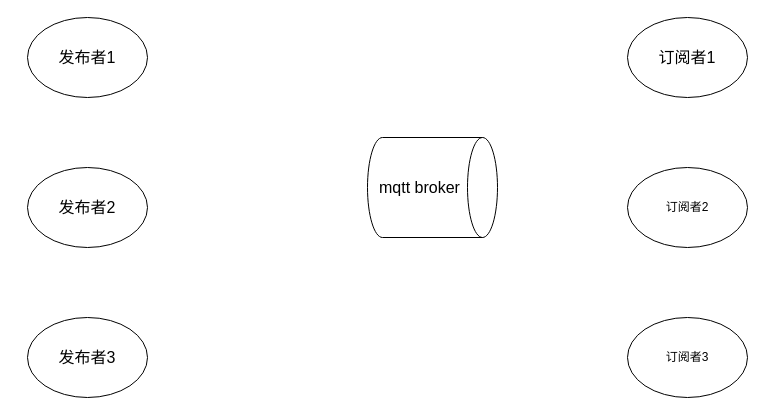
The draw.io diagram 发布订阅.drawio in missay-nine/graph, before the edit. Source tidied: cells renumbered, new cells numbered last; positions are measured from the earlier drawing's top-left corner, leaving out a move shared by most shapes. Both pictures are drawn from the tidied source at 100%, with x=0, y=0 at pixel (27, 17).
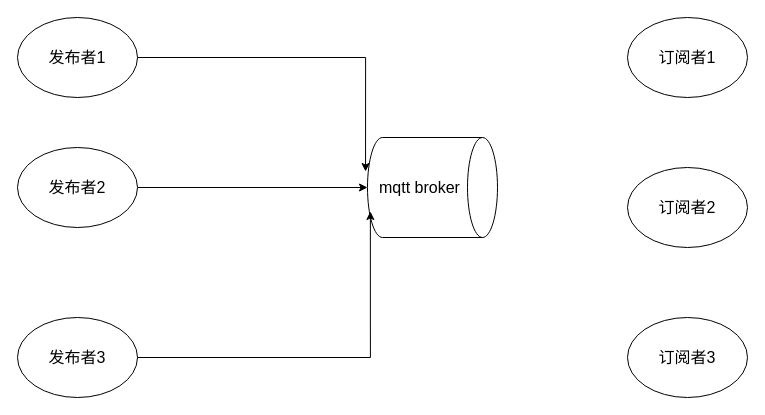
Above is the later version.

Commit message (it also covers changes not shown here):
更新发布订阅.drawio

Change to the diagram source:
```diff
@@
 <mxGraphModel>
   <root>
     <mxCell id="0" />
     <mxCell id="1" parent="0" />
     <mxCell id="2" value="&lt;font style=&quot;font-size: 16px;&quot;&gt;发布者1&lt;/font&gt;" style="ellipse;whiteSpace=wrap;html=1;" parent="1" vertex="1">
-      <mxGeometry width="120" height="80" as="geometry" />
+      <mxGeometry x="-10" width="120" height="80" as="geometry" />
     </mxCell>
+    <mxCell id="9" style="edgeStyle=orthogonalEdgeStyle;rounded=0;jettySize=auto;html=1;" parent="1" edge="1" source="3" target="5">
+      <mxGeometry relative="1" as="geometry" />
+    </mxCell>
     <mxCell id="3" value="&lt;font style=&quot;font-size: 16px;&quot;&gt;发布者2&lt;/font&gt;" style="ellipse;whiteSpace=wrap;html=1;" parent="1" vertex="1">
-      <mxGeometry y="150" width="120" height="80" as="geometry" />
+      <mxGeometry x="-10" y="130" width="120" height="80" as="geometry" />
     </mxCell>
     <mxCell id="4" value="&lt;font style=&quot;font-size: 16px;&quot;&gt;发布者3&lt;/font&gt;" style="ellipse;whiteSpace=wrap;html=1;" parent="1" vertex="1">
-      <mxGeometry y="300" width="120" height="80" as="geometry" />
+      <mxGeometry x="-10" y="300" width="120" height="80" as="geometry" />
     </mxCell>
     <mxCell id="5" value="&lt;font style=&quot;font-size: 16px;&quot;&gt;mqtt broker&lt;/font&gt;" style="shape=cylinder3;whiteSpace=wrap;html=1;boundedLbl=1;backgroundOutline=1;size=15;direction=south;" parent="1" vertex="1">
       <mxGeometry x="340" y="120" width="130" height="100" as="geometry" />
     </mxCell>
     <mxCell id="6" value="&lt;font style=&quot;font-size: 16px;&quot;&gt;订阅者1&lt;/font&gt;" style="ellipse;whiteSpace=wrap;html=1;" parent="1" vertex="1">
       <mxGeometry x="600" width="120" height="80" as="geometry" />
     </mxCell>
-    <mxCell id="7" value="订阅者2" style="ellipse;whiteSpace=wrap;html=1;" parent="1" vertex="1">
+    <mxCell id="7" value="&lt;font style=&quot;font-size: 16px;&quot;&gt;订阅者2&lt;/font&gt;" style="ellipse;whiteSpace=wrap;html=1;" parent="1" vertex="1">
       <mxGeometry x="600" y="150" width="120" height="80" as="geometry" />
     </mxCell>
-    <mxCell id="8" value="订阅者3" style="ellipse;whiteSpace=wrap;html=1;" parent="1" vertex="1">
+    <mxCell id="8" value="&lt;font style=&quot;font-size: 16px;&quot;&gt;订阅者3&lt;/font&gt;" style="ellipse;whiteSpace=wrap;html=1;" parent="1" vertex="1">
       <mxGeometry x="600" y="300" width="120" height="80" as="geometry" />
     </mxCell>
+    <mxCell id="10" style="edgeStyle=orthogonalEdgeStyle;rounded=0;jettySize=auto;html=1;exitX=1;exitY=0.5;exitDx=0;exitDy=0;entryX=0.34;entryY=1.015;entryDx=0;entryDy=0;entryPerimeter=0;" parent="1" edge="1" source="2" target="5">
+      <mxGeometry relative="1" as="geometry" />
+    </mxCell>
+    <mxCell id="11" style="edgeStyle=orthogonalEdgeStyle;rounded=0;jettySize=auto;html=1;entryX=0.74;entryY=0.978;entryDx=0;entryDy=0;entryPerimeter=0;" parent="1" edge="1" source="4" target="5">
+      <mxGeometry relative="1" as="geometry" />
+    </mxCell>
   </root>
 </mxGraphModel>
```
